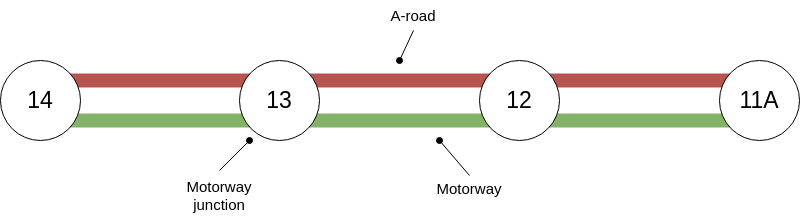
Before: C/motorway-queue/images/queue.png, a diagram exported from draw.io (cdclaxton/learning). Source tidied: cells renumbered, new cells last; positions are measured from the earlier drawing's top-left corner, leaving out a move shared by most shapes. Source of this version:
```xml
<mxGraphModel math="1">
  <root>
    <mxCell id="0" />
    <mxCell id="1" parent="0" />
    <mxCell id="2" style="orthogonalLoop=1;jettySize=auto;html=1;strokeWidth=14;endArrow=none;endFill=0;fillColor=#d5e8d4;strokeColor=#82b366;shadow=0;" parent="1" edge="1">
      <mxGeometry relative="1" as="geometry">
        <mxPoint x="49" y="120" as="sourcePoint" />
        <mxPoint x="769" y="120" as="targetPoint" />
      </mxGeometry>
    </mxCell>
    <mxCell id="3" style="orthogonalLoop=1;jettySize=auto;html=1;strokeWidth=14;endArrow=none;endFill=0;fillColor=#f8cecc;strokeColor=#b85450;shadow=0;" parent="1" edge="1">
      <mxGeometry relative="1" as="geometry">
        <mxPoint x="39" y="80" as="sourcePoint" />
        <mxPoint x="759" y="80" as="targetPoint" />
      </mxGeometry>
    </mxCell>
    <mxCell id="4" value="&lt;font style=&quot;font-size: 23px;&quot;&gt;14&lt;/font&gt;" style="ellipse;whiteSpace=wrap;html=1;" parent="1" vertex="1">
      <mxGeometry y="60" width="80" height="80" as="geometry" />
    </mxCell>
    <mxCell id="5" value="&lt;font style=&quot;font-size: 23px;&quot;&gt;13&lt;/font&gt;" style="ellipse;whiteSpace=wrap;html=1;" parent="1" vertex="1">
      <mxGeometry x="239" y="60" width="80" height="80" as="geometry" />
    </mxCell>
    <mxCell id="6" value="&lt;font style=&quot;font-size: 23px;&quot;&gt;12&lt;/font&gt;" style="ellipse;whiteSpace=wrap;html=1;" parent="1" vertex="1">
      <mxGeometry x="479" y="60" width="80" height="80" as="geometry" />
    </mxCell>
    <mxCell id="7" value="&lt;font style=&quot;font-size: 23px;&quot;&gt;11A&lt;/font&gt;" style="ellipse;whiteSpace=wrap;html=1;" parent="1" vertex="1">
      <mxGeometry x="719" y="60" width="80" height="80" as="geometry" />
    </mxCell>
    <mxCell id="8" value="&lt;font style=&quot;font-size: 15px;&quot;&gt;Motorway junction&lt;/font&gt;" style="text;html=1;strokeColor=none;fillColor=none;align=center;verticalAlign=middle;whiteSpace=wrap;rounded=0;" parent="1" vertex="1">
      <mxGeometry x="179" y="170" width="80" height="50" as="geometry" />
    </mxCell>
    <mxCell id="9" style="endArrow=oval;html=1;rounded=0;endFill=1;exitX=0.5;exitY=0;exitDx=0;exitDy=0;" parent="1" edge="1" source="8">
      <mxGeometry relative="1" as="geometry">
        <mxPoint x="249" y="140" as="targetPoint" />
      </mxGeometry>
    </mxCell>
    <mxCell id="10" value="&lt;font style=&quot;font-size: 15px;&quot;&gt;Motorway&lt;/font&gt;" style="text;html=1;strokeColor=none;fillColor=none;align=center;verticalAlign=middle;whiteSpace=wrap;rounded=0;" parent="1" vertex="1">
      <mxGeometry x="429" y="175" width="80" height="25" as="geometry" />
    </mxCell>
    <mxCell id="11" style="endArrow=oval;html=1;rounded=0;endFill=1;exitX=0.5;exitY=0;exitDx=0;exitDy=0;" parent="1" edge="1" source="10">
      <mxGeometry relative="1" as="geometry">
        <mxPoint x="439" y="140" as="targetPoint" />
      </mxGeometry>
    </mxCell>
    <mxCell id="12" value="&lt;font style=&quot;font-size: 15px;&quot;&gt;A-road&lt;/font&gt;" style="text;html=1;strokeColor=none;fillColor=none;align=center;verticalAlign=middle;whiteSpace=wrap;rounded=0;" parent="1" vertex="1">
      <mxGeometry x="373" width="80" height="30" as="geometry" />
    </mxCell>
    <mxCell id="13" style="endArrow=oval;html=1;rounded=0;endFill=1;exitX=0.5;exitY=1;exitDx=0;exitDy=0;" parent="1" edge="1" source="12">
      <mxGeometry relative="1" as="geometry">
        <mxPoint x="399" y="60" as="targetPoint" />
      </mxGeometry>
    </mxCell>
  </root>
</mxGraphModel>
```
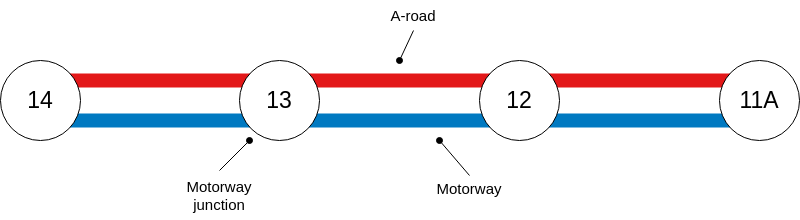
The same file after the commit.

The edit, as a diff of the source:
```diff
@@ -2,13 +2,13 @@
   <root>
     <mxCell id="0" />
     <mxCell id="1" parent="0" />
-    <mxCell id="2" style="orthogonalLoop=1;jettySize=auto;html=1;strokeWidth=14;endArrow=none;endFill=0;fillColor=#d5e8d4;strokeColor=#82b366;shadow=0;" parent="1" edge="1">
+    <mxCell id="2" style="orthogonalLoop=1;jettySize=auto;html=1;strokeWidth=14;endArrow=none;endFill=0;fillColor=#dae8fc;strokeColor=#0079C1;shadow=0;" parent="1" edge="1">
       <mxGeometry relative="1" as="geometry">
         <mxPoint x="49" y="120" as="sourcePoint" />
         <mxPoint x="769" y="120" as="targetPoint" />
       </mxGeometry>
     </mxCell>
-    <mxCell id="3" style="orthogonalLoop=1;jettySize=auto;html=1;strokeWidth=14;endArrow=none;endFill=0;fillColor=#f8cecc;strokeColor=#b85450;shadow=0;" parent="1" edge="1">
+    <mxCell id="3" style="orthogonalLoop=1;jettySize=auto;html=1;strokeWidth=14;endArrow=none;endFill=0;fillColor=#f8cecc;strokeColor=#e31819;shadow=0;" parent="1" edge="1">
       <mxGeometry relative="1" as="geometry">
         <mxPoint x="39" y="80" as="sourcePoint" />
         <mxPoint x="759" y="80" as="targetPoint" />
```
